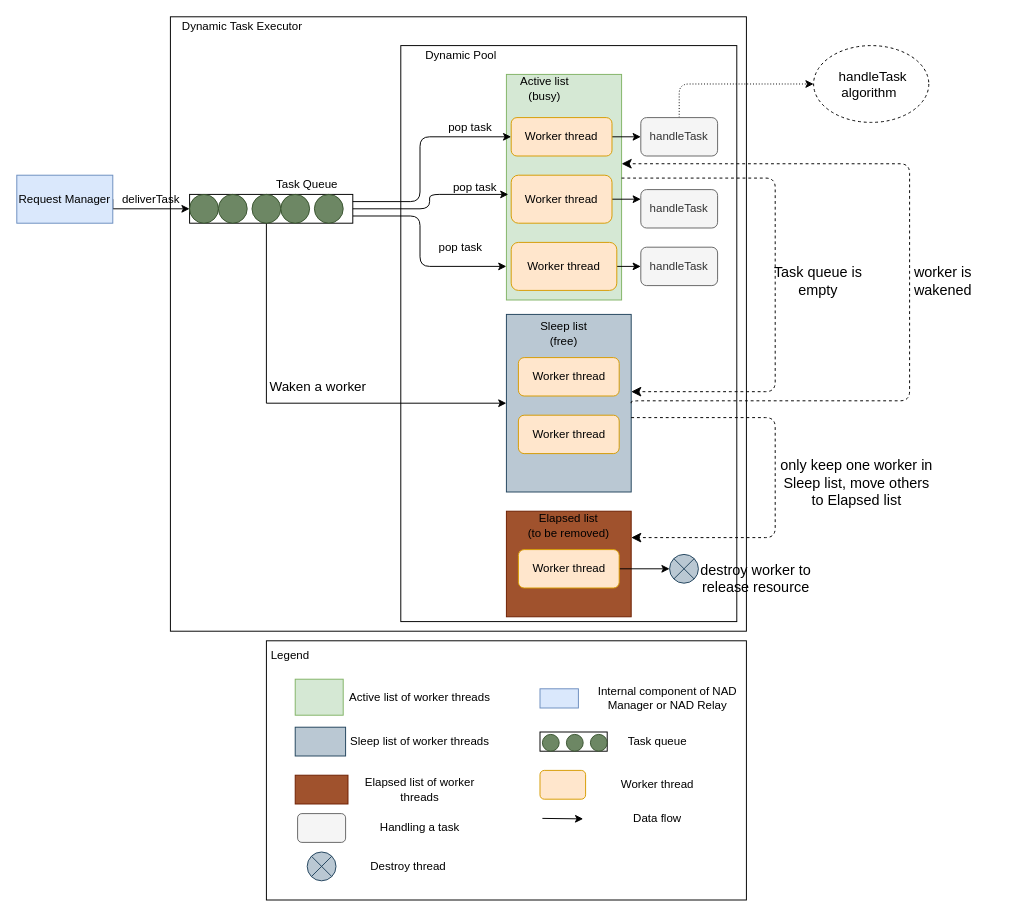
taikt/codefun keeps this draw.io diagram as page "dynamic" (3 of 14) of doc/SA cert/Design/performance_executor.drawio. Above is the earlier version. Source tidied: cells renumbered, new cells numbered last; positions are measured from the earlier drawing's top-left corner, leaving out a move shared by most shapes. Both pictures are drawn from the tidied source at 96%, with x=0, y=0 at pixel (16, 16).
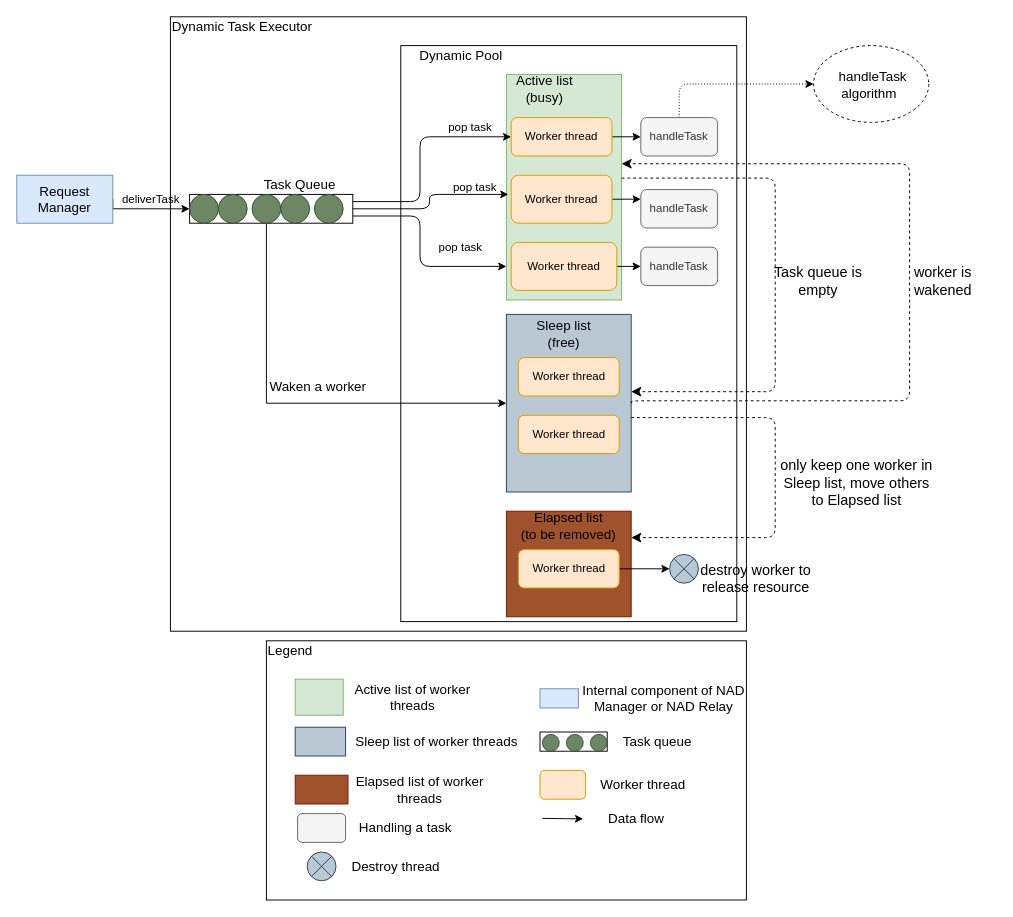
The same diagram, later.

Change to the diagram source:
```diff
@@
-    <mxCell id="4" value="Dynamic Pool" style="text;html=1;strokeColor=none;fillColor=none;align=center;verticalAlign=middle;whiteSpace=wrap;rounded=0;" parent="1" vertex="1">
+    <mxCell id="4" value="&lt;font style=&quot;font-size: 14px&quot;&gt;Dynamic Pool&lt;/font&gt;" style="text;html=1;strokeColor=none;fillColor=none;align=center;verticalAlign=middle;whiteSpace=wrap;rounded=0;" parent="1" vertex="1">
       <mxGeometry x="402.5" y="30" width="120" height="20" as="geometry" />
     </mxCell>
-    <mxCell id="5" value="Dynamic Task Executor" style="text;html=1;strokeColor=none;fillColor=none;align=center;verticalAlign=middle;whiteSpace=wrap;rounded=0;" parent="1" vertex="1">
+    <mxCell id="5" value="&lt;font style=&quot;font-size: 14px&quot;&gt;Dynamic Task Executor&lt;/font&gt;" style="text;html=1;strokeColor=none;fillColor=none;align=center;verticalAlign=middle;whiteSpace=wrap;rounded=0;" parent="1" vertex="1">
       <mxGeometry x="160" width="150" height="20" as="geometry" />
     </mxCell>
@@
-    <mxCell id="15" value="Request Manager" style="rounded=0;whiteSpace=wrap;html=1;fillColor=#dae8fc;strokeColor=#6c8ebf;" parent="1" vertex="1">
+    <mxCell id="15" value="&lt;font style=&quot;font-size: 14px&quot;&gt;Request Manager&lt;/font&gt;" style="rounded=0;whiteSpace=wrap;html=1;fillColor=#dae8fc;strokeColor=#6c8ebf;" parent="1" vertex="1">
       <mxGeometry y="165" width="100" height="50" as="geometry" />
     </mxCell>
@@
-    <mxCell id="18" value="Active list&lt;br&gt;(busy)" style="text;html=1;strokeColor=none;fillColor=none;align=center;verticalAlign=middle;whiteSpace=wrap;rounded=0;" parent="1" vertex="1">
+    <mxCell id="18" value="&lt;font style=&quot;font-size: 14px&quot;&gt;Active list&lt;br&gt;(busy)&lt;/font&gt;" style="text;html=1;strokeColor=none;fillColor=none;align=center;verticalAlign=middle;whiteSpace=wrap;rounded=0;" parent="1" vertex="1">
       <mxGeometry x="500" y="60" width="100" height="30" as="geometry" />
     </mxCell>
@@
-    <mxCell id="20" value="Sleep list&lt;br&gt;(free)" style="text;html=1;strokeColor=none;fillColor=none;align=center;verticalAlign=middle;whiteSpace=wrap;rounded=0;" parent="1" vertex="1">
+    <mxCell id="20" value="&lt;font style=&quot;font-size: 14px&quot;&gt;Sleep list&lt;br&gt;(free)&lt;/font&gt;" style="text;html=1;strokeColor=none;fillColor=none;align=center;verticalAlign=middle;whiteSpace=wrap;rounded=0;" parent="1" vertex="1">
       <mxGeometry x="510" y="315" width="120" height="30" as="geometry" />
     </mxCell>
@@
-    <mxCell id="29" value="Elapsed list&lt;br&gt;(to be removed)" style="text;html=1;strokeColor=none;fillColor=none;align=center;verticalAlign=middle;whiteSpace=wrap;rounded=0;" parent="1" vertex="1">
+    <mxCell id="29" value="&lt;font style=&quot;font-size: 14px&quot;&gt;Elapsed list&lt;br&gt;(to be removed)&lt;/font&gt;" style="text;html=1;strokeColor=none;fillColor=none;align=center;verticalAlign=middle;whiteSpace=wrap;rounded=0;" parent="1" vertex="1">
       <mxGeometry x="515" y="515" width="120" height="30" as="geometry" />
     </mxCell>
@@
-    <mxCell id="40" value="Task Queue" style="text;html=1;strokeColor=none;fillColor=none;align=center;verticalAlign=middle;whiteSpace=wrap;rounded=0;" parent="1" vertex="1">
-      <mxGeometry x="265" y="165" width="75" height="20" as="geometry" />
+    <mxCell id="40" value="&lt;font style=&quot;font-size: 14px&quot;&gt;Task Queue&lt;/font&gt;" style="text;html=1;strokeColor=none;fillColor=none;align=center;verticalAlign=middle;whiteSpace=wrap;rounded=0;" parent="1" vertex="1">
+      <mxGeometry x="250" y="165" width="90" height="20" as="geometry" />
     </mxCell>
@@
-    <mxCell id="46" value="Legend" style="text;html=1;strokeColor=none;fillColor=none;align=center;verticalAlign=middle;whiteSpace=wrap;rounded=0;" parent="1" vertex="1">
-      <mxGeometry x="250" y="655" width="70" height="20" as="geometry" />
+    <mxCell id="46" value="&lt;font style=&quot;font-size: 14px&quot;&gt;Legend&lt;/font&gt;" style="text;html=1;strokeColor=none;fillColor=none;align=center;verticalAlign=middle;whiteSpace=wrap;rounded=0;" parent="1" vertex="1">
+      <mxGeometry x="250" y="650" width="70" height="20" as="geometry" />
     </mxCell>
@@
-    <mxCell id="54" value="Internal component of NAD Manager or NAD Relay" style="text;html=1;strokeColor=none;fillColor=none;align=center;verticalAlign=middle;whiteSpace=wrap;rounded=0;" parent="1" vertex="1">
-      <mxGeometry x="602.5" y="695" width="150" height="30" as="geometry" />
+    <mxCell id="54" value="&lt;font style=&quot;font-size: 14px&quot;&gt;Internal component of NAD Manager or NAD Relay&lt;/font&gt;" style="text;html=1;strokeColor=none;fillColor=none;align=center;verticalAlign=middle;whiteSpace=wrap;rounded=0;" parent="1" vertex="1">
+      <mxGeometry x="585" y="695" width="177.5" height="30" as="geometry" />
     </mxCell>
-    <mxCell id="55" value="Task queue" style="text;html=1;strokeColor=none;fillColor=none;align=center;verticalAlign=middle;whiteSpace=wrap;rounded=0;" parent="1" vertex="1">
+    <mxCell id="55" value="&lt;font style=&quot;font-size: 14px&quot;&gt;Task queue&lt;/font&gt;" style="text;html=1;strokeColor=none;fillColor=none;align=center;verticalAlign=middle;whiteSpace=wrap;rounded=0;" parent="1" vertex="1">
       <mxGeometry x="615" y="740" width="105" height="30" as="geometry" />
     </mxCell>
-    <mxCell id="56" value="Worker thread" style="text;html=1;strokeColor=none;fillColor=none;align=center;verticalAlign=middle;whiteSpace=wrap;rounded=0;" parent="1" vertex="1">
-      <mxGeometry x="615" y="785" width="105" height="30" as="geometry" />
+    <mxCell id="56" value="&lt;font style=&quot;font-size: 14px&quot;&gt;Worker thread&lt;/font&gt;" style="text;html=1;strokeColor=none;fillColor=none;align=center;verticalAlign=middle;whiteSpace=wrap;rounded=0;" parent="1" vertex="1">
+      <mxGeometry x="600" y="785" width="105" height="30" as="geometry" />
     </mxCell>
-    <mxCell id="57" value="Data flow" style="text;html=1;strokeColor=none;fillColor=none;align=center;verticalAlign=middle;whiteSpace=wrap;rounded=0;" parent="1" vertex="1">
-      <mxGeometry x="615" y="820" width="105" height="30" as="geometry" />
+    <mxCell id="57" value="&lt;font style=&quot;font-size: 14px&quot;&gt;Data flow&lt;/font&gt;" style="text;html=1;strokeColor=none;fillColor=none;align=center;verticalAlign=middle;whiteSpace=wrap;rounded=0;" parent="1" vertex="1">
+      <mxGeometry x="592.5" y="820" width="105" height="30" as="geometry" />
     </mxCell>
@@
-    <mxCell id="59" value="Active list of worker threads" style="text;html=1;strokeColor=none;fillColor=none;align=center;verticalAlign=middle;whiteSpace=wrap;rounded=0;" parent="1" vertex="1">
-      <mxGeometry x="345" y="693.8" width="150" height="30" as="geometry" />
+    <mxCell id="59" value="&lt;font style=&quot;font-size: 14px&quot;&gt;Active list of worker threads&lt;/font&gt;" style="text;html=1;strokeColor=none;fillColor=none;align=center;verticalAlign=middle;whiteSpace=wrap;rounded=0;" parent="1" vertex="1">
+      <mxGeometry x="330" y="693.8" width="165" height="30" as="geometry" />
     </mxCell>
@@
-    <mxCell id="61" value="Sleep list of worker threads" style="text;html=1;strokeColor=none;fillColor=none;align=center;verticalAlign=middle;whiteSpace=wrap;rounded=0;" parent="1" vertex="1">
-      <mxGeometry x="345" y="740" width="150" height="30" as="geometry" />
+    <mxCell id="61" value="&lt;font style=&quot;font-size: 14px&quot;&gt;Sleep list of worker threads&lt;/font&gt;" style="text;html=1;strokeColor=none;fillColor=none;align=center;verticalAlign=middle;whiteSpace=wrap;rounded=0;" parent="1" vertex="1">
+      <mxGeometry x="350" y="740" width="175" height="30" as="geometry" />
     </mxCell>
@@
-    <mxCell id="63" value="Elapsed list of worker threads" style="text;html=1;strokeColor=none;fillColor=none;align=center;verticalAlign=middle;whiteSpace=wrap;rounded=0;" parent="1" vertex="1">
+    <mxCell id="63" value="&lt;font style=&quot;font-size: 14px&quot;&gt;Elapsed list of worker threads&lt;/font&gt;" style="text;html=1;strokeColor=none;fillColor=none;align=center;verticalAlign=middle;whiteSpace=wrap;rounded=0;" parent="1" vertex="1">
       <mxGeometry x="345" y="790" width="150" height="30" as="geometry" />
     </mxCell>
@@
-    <mxCell id="65" value="Handling a task" style="text;html=1;strokeColor=none;fillColor=none;align=center;verticalAlign=middle;whiteSpace=wrap;rounded=0;" parent="1" vertex="1">
-      <mxGeometry x="345" y="830" width="150" height="30" as="geometry" />
+    <mxCell id="65" value="&lt;font style=&quot;font-size: 14px&quot;&gt;Handling a task&lt;/font&gt;" style="text;html=1;strokeColor=none;fillColor=none;align=center;verticalAlign=middle;whiteSpace=wrap;rounded=0;" parent="1" vertex="1">
+      <mxGeometry x="330" y="830" width="150" height="30" as="geometry" />
     </mxCell>
@@
-    <mxCell id="67" value="Destroy thread" style="text;html=1;strokeColor=none;fillColor=none;align=center;verticalAlign=middle;whiteSpace=wrap;rounded=0;" parent="1" vertex="1">
-      <mxGeometry x="332.5" y="870" width="150" height="30" as="geometry" />
+    <mxCell id="67" value="&lt;font style=&quot;font-size: 14px&quot;&gt;Destroy thread&lt;/font&gt;" style="text;html=1;strokeColor=none;fillColor=none;align=center;verticalAlign=middle;whiteSpace=wrap;rounded=0;" parent="1" vertex="1">
+      <mxGeometry x="320" y="870" width="150" height="30" as="geometry" />
     </mxCell>
@@
-    <mxCell id="69" value="&lt;font style=&quot;font-size: 15px;&quot;&gt;Task queue is empty&lt;/font&gt;" style="text;html=1;strokeColor=none;fillColor=none;align=center;verticalAlign=middle;whiteSpace=wrap;rounded=0;" parent="1" vertex="1">
+    <mxCell id="69" value="&lt;font style=&quot;font-size: 15px&quot;&gt;Task queue is empty&lt;/font&gt;" style="text;html=1;strokeColor=none;fillColor=none;align=center;verticalAlign=middle;whiteSpace=wrap;rounded=0;" parent="1" vertex="1">
       <mxGeometry x="780" y="260" width="110" height="30" as="geometry" />
     </mxCell>
@@
-    <mxCell id="73" value="&lt;font style=&quot;font-size: 15px;&quot;&gt;worker is wakened&lt;/font&gt;" style="text;html=1;strokeColor=none;fillColor=none;align=center;verticalAlign=middle;whiteSpace=wrap;rounded=0;" parent="1" vertex="1">
+    <mxCell id="73" value="&lt;font style=&quot;font-size: 15px&quot;&gt;worker is wakened&lt;/font&gt;" style="text;html=1;strokeColor=none;fillColor=none;align=center;verticalAlign=middle;whiteSpace=wrap;rounded=0;" parent="1" vertex="1">
       <mxGeometry x="910" y="260" width="110" height="30" as="geometry" />
     </mxCell>
@@
-    <mxCell id="76" value="&lt;font style=&quot;font-size: 14px;&quot;&gt;&amp;nbsp;handleTask algorithm&amp;nbsp;&lt;/font&gt;" style="ellipse;whiteSpace=wrap;html=1;dashed=1;" parent="1" vertex="1">
+    <mxCell id="76" value="&lt;font style=&quot;font-size: 14px;&quot;&gt;&amp;nbsp;handleTask algorithm&amp;nbsp;&lt;/font&gt;" style="ellipse;whiteSpace=wrap;html=1;dashed=1;fontSize=15;" parent="1" vertex="1">
       <mxGeometry x="830" y="30" width="120" height="80" as="geometry" />
     </mxCell>
```
